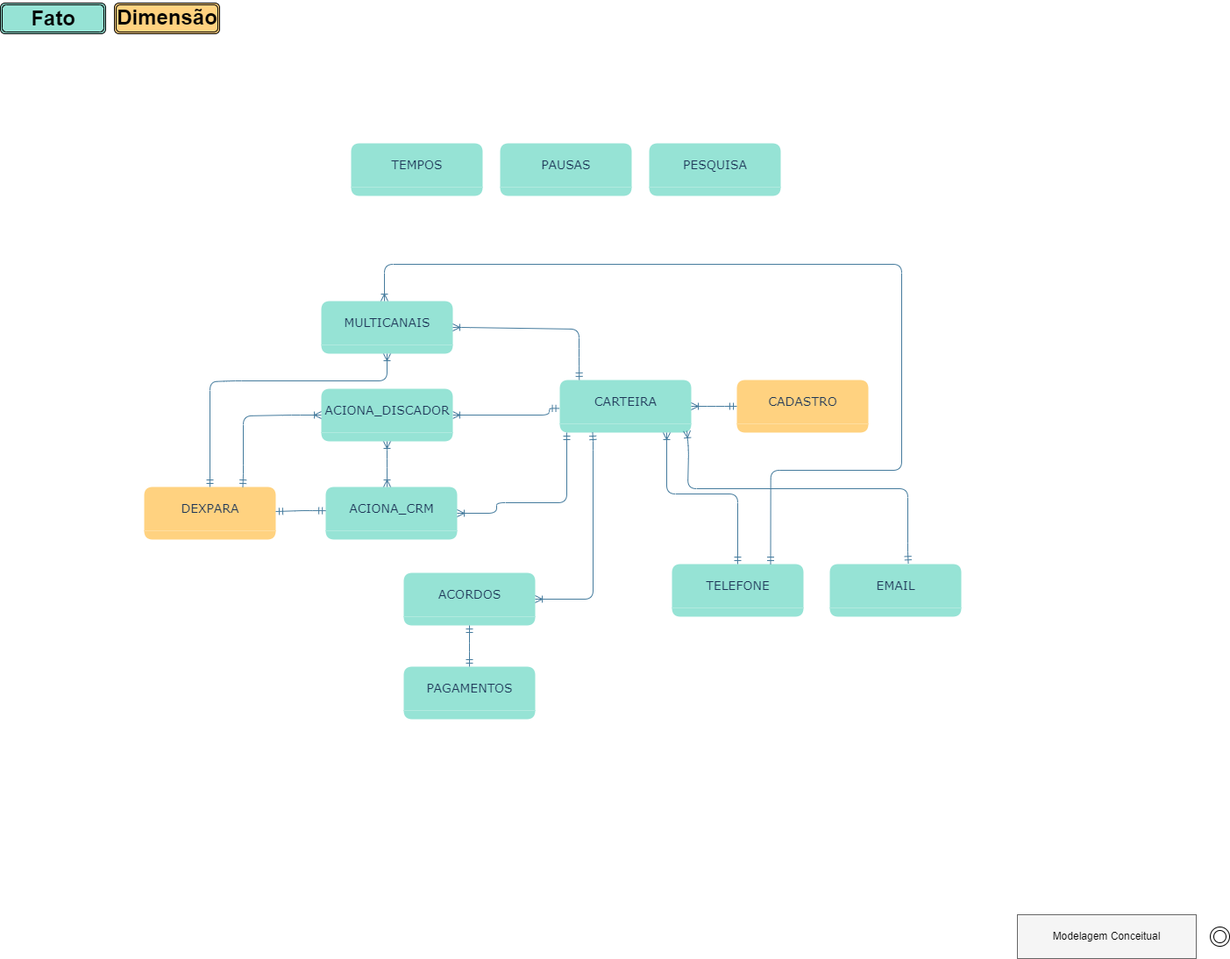
Before: Modelagens/Modelagem Conceitual.png, a diagram exported from draw.io (Matheus-Shadow/Data-Warehouse). Source tidied: cells renumbered, new cells last; positions are measured from the earlier drawing's top-left corner, leaving out a move shared by most shapes.
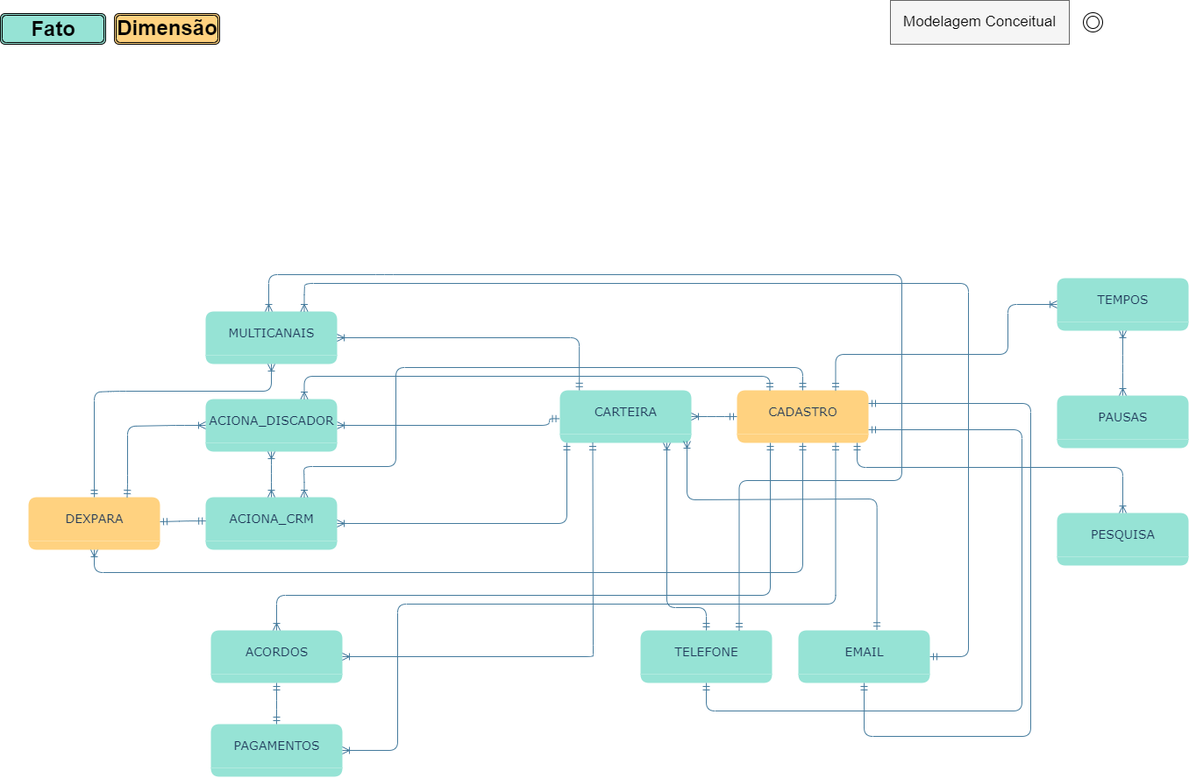
Above is the later version.

The edit, as a diff of the source:
```diff
@@ -13,40 +13,40 @@
       </mxGeometry>
     </mxCell>
     <mxCell id="4" value="ACIONA_DISCADOR" style="swimlane;fontStyle=0;horizontal=1;startSize=50;fillColor=#96E3D5;swimlaneFillColor=#96E3D5;align=center;rounded=1;shadow=0;comic=0;labelBackgroundColor=none;strokeWidth=1;fontFamily=Verdana;fontSize=14;strokeColor=none;fontColor=#1D3557;arcSize=21;swimlaneLine=0;verticalAlign=middle;html=1;" parent="1" vertex="1">
-      <mxGeometry x="366" y="443" width="150" height="60" as="geometry" />
+      <mxGeometry x="234" y="443" width="150" height="60" as="geometry" />
     </mxCell>
     <mxCell id="5" value="ACIONA_CRM" style="swimlane;fontStyle=0;horizontal=1;startSize=50;fillColor=#96E3D5;swimlaneFillColor=#96E3D5;align=center;rounded=1;shadow=0;comic=0;labelBackgroundColor=none;strokeWidth=1;fontFamily=Verdana;fontSize=14;strokeColor=none;fontColor=#1D3557;arcSize=21;swimlaneLine=0;verticalAlign=middle;html=1;" parent="1" vertex="1">
-      <mxGeometry x="371" y="555" width="150" height="60" as="geometry" />
+      <mxGeometry x="234" y="555" width="150" height="60" as="geometry" />
     </mxCell>
     <mxCell id="6" value="TEMPOS" style="swimlane;fontStyle=0;horizontal=1;startSize=50;fillColor=#96E3D5;swimlaneFillColor=#96E3D5;align=center;rounded=1;shadow=0;comic=0;labelBackgroundColor=none;strokeWidth=1;fontFamily=Verdana;fontSize=14;strokeColor=none;fontColor=#1D3557;arcSize=21;swimlaneLine=0;verticalAlign=middle;html=1;" parent="1" vertex="1">
-      <mxGeometry x="400" y="163" width="150" height="60" as="geometry" />
+      <mxGeometry x="1205" y="305" width="150" height="60" as="geometry" />
     </mxCell>
     <mxCell id="7" value="PAUSAS" style="swimlane;fontStyle=0;horizontal=1;startSize=50;fillColor=#96E3D5;swimlaneFillColor=#96E3D5;align=center;rounded=1;shadow=0;comic=0;labelBackgroundColor=none;strokeWidth=1;fontFamily=Verdana;fontSize=14;strokeColor=none;fontColor=#1D3557;arcSize=21;swimlaneLine=0;verticalAlign=middle;html=1;" parent="1" vertex="1">
-      <mxGeometry x="570" y="163" width="150" height="60" as="geometry" />
+      <mxGeometry x="1205" y="439" width="150" height="60" as="geometry" />
     </mxCell>
     <mxCell id="8" value="PESQUISA" style="swimlane;fontStyle=0;horizontal=1;startSize=50;fillColor=#96E3D5;swimlaneFillColor=#96E3D5;align=center;rounded=1;shadow=0;comic=0;labelBackgroundColor=none;strokeWidth=1;fontFamily=Verdana;fontSize=14;strokeColor=none;fontColor=#1D3557;arcSize=21;swimlaneLine=0;verticalAlign=middle;html=1;" parent="1" vertex="1">
-      <mxGeometry x="740" y="163" width="150" height="60" as="geometry" />
+      <mxGeometry x="1205" y="573" width="150" height="60" as="geometry" />
     </mxCell>
     <mxCell id="9" value="ACORDOS" style="swimlane;fontStyle=0;horizontal=1;startSize=50;fillColor=#96E3D5;swimlaneFillColor=#96E3D5;align=center;rounded=1;shadow=0;comic=0;labelBackgroundColor=none;strokeWidth=1;fontFamily=Verdana;fontSize=14;strokeColor=none;fontColor=#1D3557;arcSize=21;swimlaneLine=0;verticalAlign=middle;html=1;" parent="1" vertex="1">
-      <mxGeometry x="460" y="653" width="150" height="60" as="geometry" />
+      <mxGeometry x="240" y="707" width="150" height="60" as="geometry" />
     </mxCell>
     <mxCell id="10" value="PAGAMENTOS" style="swimlane;fontStyle=0;horizontal=1;startSize=50;fillColor=#96E3D5;swimlaneFillColor=#96E3D5;align=center;rounded=1;shadow=0;comic=0;labelBackgroundColor=none;strokeWidth=1;fontFamily=Verdana;fontSize=14;strokeColor=none;fontColor=#1D3557;arcSize=21;swimlaneLine=0;verticalAlign=middle;html=1;" parent="1" vertex="1">
-      <mxGeometry x="460" y="760" width="150" height="60" as="geometry" />
+      <mxGeometry x="240" y="814" width="150" height="60" as="geometry" />
     </mxCell>
     <mxCell id="11" value="MULTICANAIS" style="swimlane;fontStyle=0;horizontal=1;startSize=50;fillColor=#96E3D5;swimlaneFillColor=#96E3D5;align=center;rounded=1;shadow=0;comic=0;labelBackgroundColor=none;strokeWidth=1;fontFamily=Verdana;fontSize=14;strokeColor=none;fontColor=#1D3557;arcSize=21;swimlaneLine=0;verticalAlign=middle;html=1;" parent="1" vertex="1">
-      <mxGeometry x="366" y="343" width="150" height="60" as="geometry" />
+      <mxGeometry x="234" y="343" width="150" height="60" as="geometry" />
     </mxCell>
     <mxCell id="12" value="CADASTRO" style="swimlane;fontStyle=0;horizontal=1;startSize=50;fillColor=#FFD280;swimlaneFillColor=#FFD280;align=center;rounded=1;shadow=0;comic=0;labelBackgroundColor=none;strokeWidth=1;fontFamily=Verdana;fontSize=14;strokeColor=none;fontColor=#1D3557;arcSize=21;swimlaneLine=0;verticalAlign=middle;html=1;" parent="1" vertex="1">
       <mxGeometry x="840" y="433" width="150" height="60" as="geometry" />
     </mxCell>
     <mxCell id="13" value="DEXPARA" style="swimlane;fontStyle=0;horizontal=1;startSize=50;fillColor=#FFD280;swimlaneFillColor=#FFD280;align=center;rounded=1;shadow=0;comic=0;labelBackgroundColor=none;strokeWidth=1;fontFamily=Verdana;fontSize=14;strokeColor=none;fontColor=#1D3557;arcSize=21;swimlaneLine=0;verticalAlign=middle;html=1;" parent="1" vertex="1">
-      <mxGeometry x="164" y="555" width="150" height="60" as="geometry" />
+      <mxGeometry x="32" y="555" width="150" height="60" as="geometry" />
     </mxCell>
     <mxCell id="14" value="EMAIL" style="swimlane;fontStyle=0;horizontal=1;startSize=50;fillColor=#96E3D5;swimlaneFillColor=#96E3D5;align=center;rounded=1;shadow=0;comic=0;labelBackgroundColor=none;strokeWidth=1;fontFamily=Verdana;fontSize=14;strokeColor=none;fontColor=#1D3557;arcSize=21;swimlaneLine=0;verticalAlign=middle;html=1;" parent="1" vertex="1">
-      <mxGeometry x="946" y="643" width="150" height="60" as="geometry" />
+      <mxGeometry x="910" y="707" width="150" height="60" as="geometry" />
     </mxCell>
     <mxCell id="15" value="TELEFONE" style="swimlane;fontStyle=0;horizontal=1;startSize=50;fillColor=#96E3D5;swimlaneFillColor=#96E3D5;align=center;rounded=1;shadow=0;comic=0;labelBackgroundColor=none;strokeWidth=1;fontFamily=Verdana;fontSize=14;strokeColor=none;fontColor=#1D3557;arcSize=21;swimlaneLine=0;verticalAlign=middle;html=1;" parent="1" vertex="1">
-      <mxGeometry x="766" y="643" width="150" height="60" as="geometry" />
+      <mxGeometry x="730" y="707" width="150" height="60" as="geometry" />
     </mxCell>
     <mxCell id="16" style="shape=ext;double=1;rounded=1;whiteSpace=wrap;html=1;fontColor=default;fillColor=#96E3D5;" parent="1" vertex="1">
       <mxGeometry y="3" width="120" height="35" as="geometry" />
@@ -64,42 +64,40 @@
       <mxGeometry relative="1" as="geometry">
         <mxPoint x="646" y="493" as="targetPoint" />
         <Array as="points">
-          <mxPoint x="566" y="585" />
-          <mxPoint x="566" y="573" />
-          <mxPoint x="646" y="573" />
+          <mxPoint x="646" y="585" />
         </Array>
       </mxGeometry>
     </mxCell>
     <mxCell id="21" style="edgeStyle=orthogonalEdgeStyle;html=1;endArrow=ERmandOne;endFill=0;labelBackgroundColor=none;fontFamily=Verdana;fontSize=14;rounded=1;strokeColor=#457B9D;fontColor=default;startArrow=ERmandOne;startFill=0;exitX=0.5;exitY=0;exitDx=0;exitDy=0;entryX=0.5;entryY=1;entryDx=0;entryDy=0;" parent="1" edge="1" source="10" target="9">
       <mxGeometry relative="1" as="geometry">
         <Array as="points">
-          <mxPoint x="535" y="743" />
-          <mxPoint x="535" y="743" />
+          <mxPoint x="315" y="797" />
+          <mxPoint x="315" y="797" />
         </Array>
       </mxGeometry>
     </mxCell>
-    <mxCell id="22" style="edgeStyle=orthogonalEdgeStyle;html=1;endArrow=ERoneToMany;endFill=0;labelBackgroundColor=none;fontFamily=Verdana;fontSize=14;rounded=1;strokeColor=#457B9D;fontColor=default;startArrow=ERoneToMany;startFill=0;exitX=0.467;exitY=0;exitDx=0;exitDy=0;exitPerimeter=0;entryX=0.5;entryY=1;entryDx=0;entryDy=0;" parent="1" edge="1" source="5" target="4">
+    <mxCell id="22" style="edgeStyle=orthogonalEdgeStyle;html=1;endArrow=ERoneToMany;endFill=0;labelBackgroundColor=none;fontFamily=Verdana;fontSize=14;rounded=1;strokeColor=#457B9D;fontColor=default;startArrow=ERoneToMany;startFill=0;entryX=0.5;entryY=1;entryDx=0;entryDy=0;exitX=0.5;exitY=0;exitDx=0;exitDy=0;" parent="1" edge="1" source="5" target="4">
       <mxGeometry relative="1" as="geometry">
         <Array as="points">
-          <mxPoint x="441" y="523" />
-          <mxPoint x="441" y="523" />
+          <mxPoint x="309" y="528" />
+          <mxPoint x="309" y="528" />
         </Array>
       </mxGeometry>
     </mxCell>
     <mxCell id="23" style="edgeStyle=orthogonalEdgeStyle;html=1;endArrow=ERmandOne;endFill=0;labelBackgroundColor=none;fontFamily=Verdana;fontSize=14;rounded=1;strokeColor=#457B9D;fontColor=default;startArrow=ERoneToMany;startFill=0;exitX=1;exitY=0.5;exitDx=0;exitDy=0;entryX=0.25;entryY=1;entryDx=0;entryDy=0;" parent="1" edge="1" source="9" target="2">
       <mxGeometry relative="1" as="geometry">
         <Array as="points">
-          <mxPoint x="676" y="683" />
-          <mxPoint x="676" y="503" />
-          <mxPoint x="676" y="503" />
+          <mxPoint x="676" y="737" />
+          <mxPoint x="676" y="734" />
+          <mxPoint x="676" y="734" />
         </Array>
       </mxGeometry>
     </mxCell>
     <mxCell id="24" style="edgeStyle=orthogonalEdgeStyle;html=1;endArrow=ERmandOne;endFill=0;labelBackgroundColor=none;fontFamily=Verdana;fontSize=14;rounded=1;strokeColor=#457B9D;fontColor=default;startArrow=ERmandOne;startFill=0;entryX=1;entryY=0.5;entryDx=0;entryDy=0;exitX=0.001;exitY=0.452;exitDx=0;exitDy=0;exitPerimeter=0;" parent="1" edge="1" source="5">
       <mxGeometry relative="1" as="geometry">
-        <mxPoint x="314" y="583" as="targetPoint" />
+        <mxPoint x="182" y="583" as="targetPoint" />
         <Array as="points">
-          <mxPoint x="346" y="582" />
+          <mxPoint x="214" y="582" />
         </Array>
       </mxGeometry>
     </mxCell>
@@ -115,39 +113,35 @@
       <mxGeometry relative="1" as="geometry">
         <mxPoint x="760" y="493" as="sourcePoint" />
         <Array as="points">
-          <mxPoint x="760" y="563" />
-          <mxPoint x="841" y="563" />
+          <mxPoint x="760" y="681" />
+          <mxPoint x="805" y="681" />
         </Array>
       </mxGeometry>
     </mxCell>
     <mxCell id="27" style="edgeStyle=orthogonalEdgeStyle;html=1;endArrow=ERmandOne;endFill=0;labelBackgroundColor=none;fontFamily=Verdana;fontSize=14;exitX=1;exitY=0.5;rounded=1;strokeColor=#457B9D;fontColor=default;exitDx=0;exitDy=0;startArrow=ERoneToMany;startFill=0;entryX=0.148;entryY=-0.002;entryDx=0;entryDy=0;entryPerimeter=0;" parent="1" edge="1" source="11" target="2">
       <mxGeometry relative="1" as="geometry">
         <Array as="points">
-          <mxPoint x="526" y="373" />
-          <mxPoint x="526" y="375" />
-          <mxPoint x="660" y="375" />
-          <mxPoint x="660" y="407" />
-          <mxPoint x="660" y="407" />
+          <mxPoint x="660" y="373" />
         </Array>
       </mxGeometry>
     </mxCell>
     <mxCell id="28" style="edgeStyle=orthogonalEdgeStyle;html=1;endArrow=ERmandOne;endFill=0;labelBackgroundColor=none;fontFamily=Verdana;fontSize=14;rounded=1;strokeColor=#457B9D;fontColor=default;startArrow=ERoneToMany;startFill=0;exitX=0.5;exitY=1;exitDx=0;exitDy=0;entryX=0.5;entryY=0;entryDx=0;entryDy=0;" parent="1" edge="1" source="11" target="13">
       <mxGeometry relative="1" as="geometry">
         <Array as="points">
-          <mxPoint x="441" y="434" />
-          <mxPoint x="265" y="434" />
-          <mxPoint x="265" y="435" />
-          <mxPoint x="239" y="435" />
+          <mxPoint x="309" y="434" />
+          <mxPoint x="133" y="434" />
+          <mxPoint x="133" y="435" />
+          <mxPoint x="107" y="435" />
         </Array>
       </mxGeometry>
     </mxCell>
     <mxCell id="29" style="edgeStyle=orthogonalEdgeStyle;html=1;endArrow=ERmandOne;endFill=0;labelBackgroundColor=none;fontFamily=Verdana;fontSize=14;rounded=1;strokeColor=#457B9D;fontColor=default;startArrow=ERoneToMany;startFill=0;entryX=0.75;entryY=0;entryDx=0;entryDy=0;exitX=0;exitY=0.5;exitDx=0;exitDy=0;" parent="1" edge="1" source="4" target="13">
       <mxGeometry relative="1" as="geometry">
         <Array as="points">
-          <mxPoint x="332" y="473" />
-          <mxPoint x="277" y="474" />
-          <mxPoint x="277" y="540" />
-          <mxPoint x="277" y="540" />
+          <mxPoint x="200" y="473" />
+          <mxPoint x="145" y="474" />
+          <mxPoint x="145" y="540" />
+          <mxPoint x="145" y="540" />
         </Array>
       </mxGeometry>
     </mxCell>
@@ -155,12 +149,9 @@
       <mxGeometry relative="1" as="geometry">
         <mxPoint x="783" y="491" as="sourcePoint" />
         <Array as="points">
-          <mxPoint x="785" y="513" />
-          <mxPoint x="784" y="513" />
-          <mxPoint x="784" y="557" />
-          <mxPoint x="1035" y="557" />
-          <mxPoint x="1035" y="629" />
-          <mxPoint x="1036" y="629" />
+          <mxPoint x="783" y="558" />
+          <mxPoint x="784" y="558" />
+          <mxPoint x="1000" y="557" />
         </Array>
       </mxGeometry>
     </mxCell>
@@ -174,11 +165,112 @@
         </Array>
       </mxGeometry>
     </mxCell>
-    <mxCell id="32" value="&lt;font color=&quot;#000000&quot;&gt;Modelagem Conceitual&lt;/font&gt;" style="text;html=1;strokeColor=#666666;fillColor=#f5f5f5;align=center;verticalAlign=middle;whiteSpace=wrap;rounded=0;fontColor=#333333;" parent="1" vertex="1">
-      <mxGeometry x="1160" y="1043" width="204" height="50" as="geometry" />
+    <mxCell id="32" value="&lt;font style=&quot;font-size: 17px;&quot; color=&quot;#000000&quot;&gt;Modelagem Conceitual&lt;/font&gt;" style="text;html=1;strokeColor=#666666;fillColor=#f5f5f5;align=center;verticalAlign=middle;whiteSpace=wrap;rounded=0;fontColor=#333333;" parent="1" vertex="1">
+      <mxGeometry x="1015" y="-12" width="204" height="50" as="geometry" />
     </mxCell>
     <mxCell id="33" style="ellipse;shape=doubleEllipse;whiteSpace=wrap;html=1;fontColor=#000000;" parent="1" vertex="1">
-      <mxGeometry x="1380" y="1057" width="22" height="22" as="geometry" />
+      <mxGeometry x="1235" y="2" width="22" height="22" as="geometry" />
     </mxCell>
+    <mxCell id="34" style="edgeStyle=orthogonalEdgeStyle;html=1;endArrow=ERmandOne;endFill=0;labelBackgroundColor=none;fontFamily=Verdana;fontSize=14;rounded=1;strokeColor=#457B9D;fontColor=default;startArrow=ERoneToMany;startFill=0;exitX=0.75;exitY=0;exitDx=0;exitDy=0;entryX=0.25;entryY=0;entryDx=0;entryDy=0;" parent="1" edge="1" source="4" target="12">
+      <mxGeometry relative="1" as="geometry">
+        <Array as="points">
+          <mxPoint x="347" y="417" />
+          <mxPoint x="878" y="417" />
+        </Array>
+      </mxGeometry>
+    </mxCell>
+    <mxCell id="35" style="edgeStyle=orthogonalEdgeStyle;html=1;endArrow=ERmandOne;endFill=0;labelBackgroundColor=none;fontFamily=Verdana;fontSize=14;rounded=1;strokeColor=#457B9D;fontColor=default;startArrow=ERoneToMany;startFill=0;exitX=0.75;exitY=0;exitDx=0;exitDy=0;entryX=0.5;entryY=0;entryDx=0;entryDy=0;" parent="1" edge="1" source="5" target="12">
+      <mxGeometry relative="1" as="geometry">
+        <Array as="points">
+          <mxPoint x="346" y="538" />
+          <mxPoint x="346" y="538" />
+          <mxPoint x="346" y="520" />
+          <mxPoint x="451" y="520" />
+          <mxPoint x="451" y="407" />
+          <mxPoint x="915" y="407" />
+        </Array>
+      </mxGeometry>
+    </mxCell>
+    <mxCell id="36" style="edgeStyle=orthogonalEdgeStyle;html=1;endArrow=ERmandOne;endFill=0;labelBackgroundColor=none;fontFamily=Verdana;fontSize=14;rounded=1;strokeColor=#457B9D;fontColor=default;startArrow=ERoneToMany;startFill=0;entryX=1;entryY=0.5;entryDx=0;entryDy=0;exitX=0.75;exitY=0;exitDx=0;exitDy=0;" parent="1" edge="1" source="11" target="14">
+      <mxGeometry relative="1" as="geometry">
+        <Array as="points">
+          <mxPoint x="347" y="324" />
+          <mxPoint x="347" y="324" />
+          <mxPoint x="347" y="311" />
+          <mxPoint x="1104" y="311" />
+          <mxPoint x="1104" y="737" />
+        </Array>
+      </mxGeometry>
+    </mxCell>
+    <mxCell id="37" style="edgeStyle=orthogonalEdgeStyle;html=1;endArrow=ERmandOne;endFill=0;labelBackgroundColor=none;fontFamily=Verdana;fontSize=14;rounded=1;strokeColor=#457B9D;fontColor=default;startArrow=ERoneToMany;startFill=0;entryX=0.5;entryY=1;entryDx=0;entryDy=0;exitX=0.5;exitY=1;exitDx=0;exitDy=0;" parent="1" edge="1" source="13" target="12">
+      <mxGeometry relative="1" as="geometry">
+        <Array as="points">
+          <mxPoint x="107" y="641" />
+          <mxPoint x="915" y="641" />
+        </Array>
+      </mxGeometry>
+    </mxCell>
+    <mxCell id="38" style="edgeStyle=orthogonalEdgeStyle;html=1;endArrow=ERmandOne;endFill=0;labelBackgroundColor=none;fontFamily=Verdana;fontSize=14;rounded=1;strokeColor=#457B9D;fontColor=default;startArrow=ERoneToMany;startFill=0;entryX=0.25;entryY=1;entryDx=0;entryDy=0;exitX=0.5;exitY=0;exitDx=0;exitDy=0;" parent="1" edge="1" source="9" target="12">
+      <mxGeometry relative="1" as="geometry">
+        <Array as="points">
+          <mxPoint x="315" y="667" />
+          <mxPoint x="878" y="667" />
+          <mxPoint x="878" y="493" />
+        </Array>
+      </mxGeometry>
+    </mxCell>
+    <mxCell id="39" style="edgeStyle=orthogonalEdgeStyle;html=1;endArrow=ERmandOne;endFill=0;labelBackgroundColor=none;fontFamily=Verdana;fontSize=14;rounded=1;strokeColor=#457B9D;fontColor=default;startArrow=ERoneToMany;startFill=0;exitX=1;exitY=0.5;exitDx=0;exitDy=0;entryX=0.75;entryY=1;entryDx=0;entryDy=0;" parent="1" edge="1" source="10" target="12">
+      <mxGeometry relative="1" as="geometry">
+        <Array as="points">
+          <mxPoint x="453" y="844" />
+          <mxPoint x="453" y="677" />
+          <mxPoint x="952" y="677" />
+        </Array>
+      </mxGeometry>
+    </mxCell>
+    <mxCell id="40" style="edgeStyle=orthogonalEdgeStyle;html=1;endArrow=ERmandOne;endFill=0;labelBackgroundColor=none;fontFamily=Verdana;fontSize=14;rounded=1;strokeColor=#457B9D;fontColor=default;startArrow=ERmandOne;startFill=0;exitX=1;exitY=0.75;exitDx=0;exitDy=0;entryX=0.5;entryY=1;entryDx=0;entryDy=0;" parent="1" edge="1" source="12" target="15">
+      <mxGeometry relative="1" as="geometry">
+        <Array as="points">
+          <mxPoint x="1165" y="478" />
+          <mxPoint x="1165" y="799" />
+          <mxPoint x="805" y="799" />
+        </Array>
+      </mxGeometry>
+    </mxCell>
+    <mxCell id="41" style="edgeStyle=orthogonalEdgeStyle;html=1;endArrow=ERmandOne;endFill=0;labelBackgroundColor=none;fontFamily=Verdana;fontSize=14;rounded=1;strokeColor=#457B9D;fontColor=default;startArrow=ERmandOne;startFill=0;exitX=1;exitY=0.25;exitDx=0;exitDy=0;entryX=0.5;entryY=1;entryDx=0;entryDy=0;" parent="1" edge="1" source="12" target="14">
+      <mxGeometry relative="1" as="geometry">
+        <Array as="points">
+          <mxPoint x="1175" y="448" />
+          <mxPoint x="1175" y="828" />
+          <mxPoint x="985" y="828" />
+        </Array>
+      </mxGeometry>
+    </mxCell>
+    <mxCell id="42" style="edgeStyle=orthogonalEdgeStyle;html=1;endArrow=ERoneToMany;endFill=0;labelBackgroundColor=none;fontFamily=Verdana;fontSize=14;rounded=1;strokeColor=#457B9D;fontColor=default;startArrow=ERoneToMany;startFill=0;exitX=0.5;exitY=1;exitDx=0;exitDy=0;entryX=0.5;entryY=0;entryDx=0;entryDy=0;" parent="1" edge="1" source="6" target="7">
+      <mxGeometry relative="1" as="geometry">
+        <Array as="points">
+          <mxPoint x="1280" y="403" />
+          <mxPoint x="1280" y="403" />
+        </Array>
+      </mxGeometry>
+    </mxCell>
+    <mxCell id="43" style="edgeStyle=orthogonalEdgeStyle;html=1;endArrow=ERmandOne;endFill=0;labelBackgroundColor=none;fontFamily=Verdana;fontSize=14;rounded=1;strokeColor=#457B9D;fontColor=default;startArrow=ERoneToMany;startFill=0;exitX=0;exitY=0.5;exitDx=0;exitDy=0;entryX=0.75;entryY=0;entryDx=0;entryDy=0;" parent="1" edge="1" source="6" target="12">
+      <mxGeometry relative="1" as="geometry">
+        <Array as="points">
+          <mxPoint x="1149" y="335" />
+          <mxPoint x="1149" y="392" />
+          <mxPoint x="953" y="392" />
+        </Array>
+      </mxGeometry>
+    </mxCell>
+    <mxCell id="44" style="edgeStyle=orthogonalEdgeStyle;html=1;endArrow=ERoneToMany;endFill=0;labelBackgroundColor=none;fontFamily=Verdana;fontSize=14;rounded=1;strokeColor=#457B9D;fontColor=default;startArrow=ERmandOne;startFill=0;entryX=0.5;entryY=0;entryDx=0;entryDy=0;" parent="1" edge="1" target="8">
+      <mxGeometry relative="1" as="geometry">
+        <mxPoint x="977" y="493" as="sourcePoint" />
+        <Array as="points">
+          <mxPoint x="977" y="521" />
+          <mxPoint x="1280" y="521" />
+        </Array>
+      </mxGeometry>
+    </mxCell>
   </root>
 </mxGraphModel>
```
